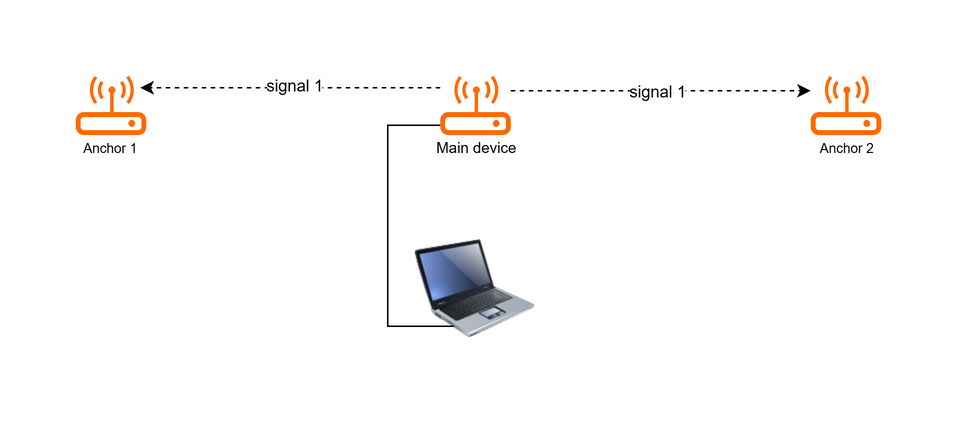
Earlier version of the draw.io export Lab6/presentation/transmitting signal 1.png (nemnogobread/graduation-project). Source tidied: cells renumbered, new cells last; positions are measured from the earlier drawing's top-left corner, leaving out a move shared by most shapes. Source of this version:
```xml
<mxGraphModel math="1">
  <root>
    <mxCell id="0" />
    <mxCell id="1" parent="0" />
    <object id="2" label="" placeholders="1">
      <mxCell style="image;html=1;image=img/lib/clip_art/computers/Laptop_128x128.png;fontFamily=Helvetica;fontSize=12;fontColor=#0A3DA3;align=center;strokeWidth=2;fillColor=#EDF5FF;fontStyle=1;verticalAlign=bottom;strokeColor=none;labelBackgroundColor=#EDF5FF;labelBorderColor=none;labelPosition=center;verticalLabelPosition=top;" parent="1" vertex="1">
        <mxGeometry x="226.5" y="102" width="80" height="80" as="geometry" />
      </mxCell>
    </object>
    <mxCell id="3" style="html=1;align=center;shadow=0;dashed=0;fillColor=#FF6A00;strokeColor=none;shape=mxgraph.alibaba_cloud.agw_aligateway;" parent="1" vertex="1">
      <mxGeometry x="243" width="47.1" height="39.6" as="geometry" />
    </mxCell>
    <mxCell id="4" style="html=1;align=center;shadow=0;dashed=0;fillColor=#FF6A00;strokeColor=none;shape=mxgraph.alibaba_cloud.agw_aligateway;" parent="1" vertex="1">
      <mxGeometry width="47.1" height="39.6" as="geometry" />
    </mxCell>
    <mxCell id="5" style="html=1;align=center;shadow=0;dashed=0;fillColor=#FF6A00;strokeColor=none;shape=mxgraph.alibaba_cloud.agw_aligateway;" parent="1" vertex="1">
      <mxGeometry x="490" width="47.1" height="39.6" as="geometry" />
    </mxCell>
    <mxCell id="6" style="html=1;labelBackgroundColor=#ffffff;startArrow=none;startFill=0;startSize=6;endArrow=classic;endFill=1;endSize=6;jettySize=auto;orthogonalLoop=1;strokeWidth=1;dashed=1;fontSize=14;rounded=0;" parent="1" edge="1">
      <mxGeometry relative="1" as="geometry">
        <mxPoint x="290" y="10" as="sourcePoint" />
        <mxPoint x="490" y="10" as="targetPoint" />
      </mxGeometry>
    </mxCell>
    <mxCell id="7" value="signal 1" style="edgeLabel;html=1;align=center;verticalAlign=middle;" parent="6" vertex="1">
      <mxGeometry x="-0.03" relative="1" as="geometry" />
    </mxCell>
    <mxCell id="8" style="html=1;labelBackgroundColor=#ffffff;startArrow=none;startFill=0;startSize=6;endArrow=classic;endFill=1;endSize=6;jettySize=auto;orthogonalLoop=1;strokeWidth=1;dashed=1;fontSize=14;rounded=0;" parent="1" edge="1">
      <mxGeometry relative="1" as="geometry">
        <mxPoint x="243" y="8" as="sourcePoint" />
        <mxPoint x="43" y="8" as="targetPoint" />
      </mxGeometry>
    </mxCell>
    <mxCell id="9" value="Text" style="edgeLabel;html=1;align=center;verticalAlign=middle;" parent="8" vertex="1">
      <mxGeometry x="-0.65" y="1" relative="1" as="geometry">
        <mxPoint x="-63" y="-2" as="offset" />
      </mxGeometry>
    </mxCell>
    <mxCell id="10" value="signal 1" style="edgeLabel;html=1;align=center;verticalAlign=middle;" parent="8" vertex="1">
      <mxGeometry x="-0.02" y="-2" relative="1" as="geometry" />
    </mxCell>
    <mxCell id="11" style="endArrow=none;html=1;rounded=0;" parent="1" edge="1">
      <mxGeometry relative="1" as="geometry">
        <mxPoint x="243" y="33" as="sourcePoint" />
        <mxPoint x="252" y="167" as="targetPoint" />
        <Array as="points">
          <mxPoint x="208" y="33" />
          <mxPoint x="208" y="167" />
        </Array>
      </mxGeometry>
    </mxCell>
    <mxCell id="12" value="&lt;font style=&quot;font-size: 9px;&quot;&gt;Anchor 1&lt;/font&gt;" style="edgeLabel;html=1;align=center;verticalAlign=middle;" parent="1" vertex="1">
      <mxGeometry x="22" y="47" as="geometry" />
    </mxCell>
    <mxCell id="13" value="&lt;font style=&quot;font-size: 10px;&quot;&gt;Main device&lt;/font&gt;" style="edgeLabel;html=1;align=center;verticalAlign=middle;" parent="1" vertex="1">
      <mxGeometry x="266.6" y="47" as="geometry" />
    </mxCell>
    <mxCell id="14" value="&lt;font style=&quot;font-size: 9px;&quot;&gt;Anchor 2&lt;/font&gt;" style="edgeLabel;html=1;align=center;verticalAlign=middle;" parent="1" vertex="1">
      <mxGeometry x="513.6" y="47" as="geometry" />
    </mxCell>
  </root>
</mxGraphModel>
```
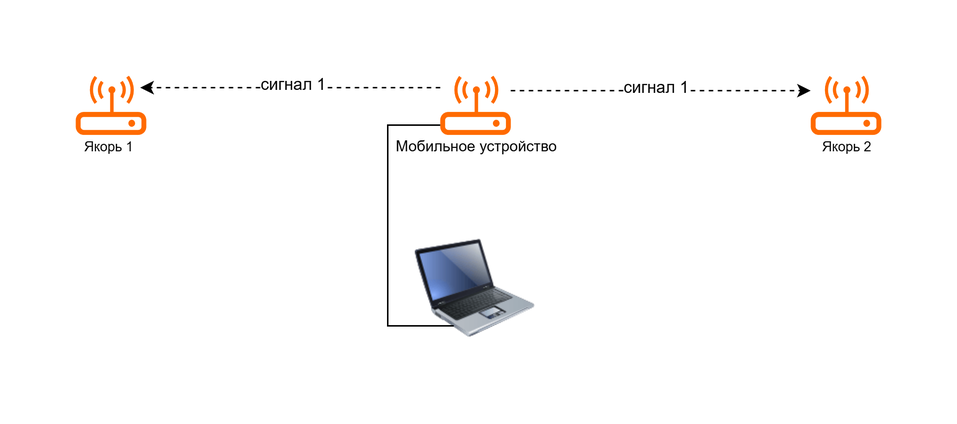
After the commit.

Change to the diagram source:
```diff
@@ -22,8 +22,10 @@
         <mxPoint x="490" y="10" as="targetPoint" />
       </mxGeometry>
     </mxCell>
-    <mxCell id="7" value="signal 1" style="edgeLabel;html=1;align=center;verticalAlign=middle;" parent="6" vertex="1">
-      <mxGeometry x="-0.03" relative="1" as="geometry" />
+    <mxCell id="7" value="сигнал 1" style="edgeLabel;html=1;align=center;verticalAlign=middle;" parent="6" vertex="1">
+      <mxGeometry x="-0.03" relative="1" as="geometry">
+        <mxPoint y="-2" as="offset" />
+      </mxGeometry>
     </mxCell>
     <mxCell id="8" style="html=1;labelBackgroundColor=#ffffff;startArrow=none;startFill=0;startSize=6;endArrow=classic;endFill=1;endSize=6;jettySize=auto;orthogonalLoop=1;strokeWidth=1;dashed=1;fontSize=14;rounded=0;" parent="1" edge="1">
       <mxGeometry relative="1" as="geometry">
@@ -36,7 +38,7 @@
         <mxPoint x="-63" y="-2" as="offset" />
       </mxGeometry>
     </mxCell>
-    <mxCell id="10" value="signal 1" style="edgeLabel;html=1;align=center;verticalAlign=middle;" parent="8" vertex="1">
+    <mxCell id="10" value="сигнал 1" style="edgeLabel;html=1;align=center;verticalAlign=middle;" parent="8" vertex="1">
       <mxGeometry x="-0.02" y="-2" relative="1" as="geometry" />
     </mxCell>
     <mxCell id="11" style="endArrow=none;html=1;rounded=0;" parent="1" edge="1">
@@ -49,13 +51,13 @@
         </Array>
       </mxGeometry>
     </mxCell>
-    <mxCell id="12" value="&lt;font style=&quot;font-size: 9px;&quot;&gt;Anchor 1&lt;/font&gt;" style="edgeLabel;html=1;align=center;verticalAlign=middle;" parent="1" vertex="1">
+    <mxCell id="12" value="&lt;font style=&quot;font-size: 9px;&quot;&gt;Якорь 1&lt;/font&gt;" style="edgeLabel;html=1;align=center;verticalAlign=middle;" parent="1" vertex="1">
       <mxGeometry x="22" y="47" as="geometry" />
     </mxCell>
-    <mxCell id="13" value="&lt;font style=&quot;font-size: 10px;&quot;&gt;Main device&lt;/font&gt;" style="edgeLabel;html=1;align=center;verticalAlign=middle;" parent="1" vertex="1">
+    <mxCell id="13" value="&lt;span style=&quot;font-size: 10px;&quot;&gt;Мобильное устройство&lt;/span&gt;" style="edgeLabel;html=1;align=center;verticalAlign=middle;" parent="1" vertex="1">
       <mxGeometry x="266.6" y="47" as="geometry" />
     </mxCell>
-    <mxCell id="14" value="&lt;font style=&quot;font-size: 9px;&quot;&gt;Anchor 2&lt;/font&gt;" style="edgeLabel;html=1;align=center;verticalAlign=middle;" parent="1" vertex="1">
+    <mxCell id="14" value="&lt;font style=&quot;font-size: 9px;&quot;&gt;Якорь 2&lt;/font&gt;" style="edgeLabel;html=1;align=center;verticalAlign=middle;" parent="1" vertex="1">
       <mxGeometry x="513.6" y="47" as="geometry" />
     </mxCell>
   </root>
```
